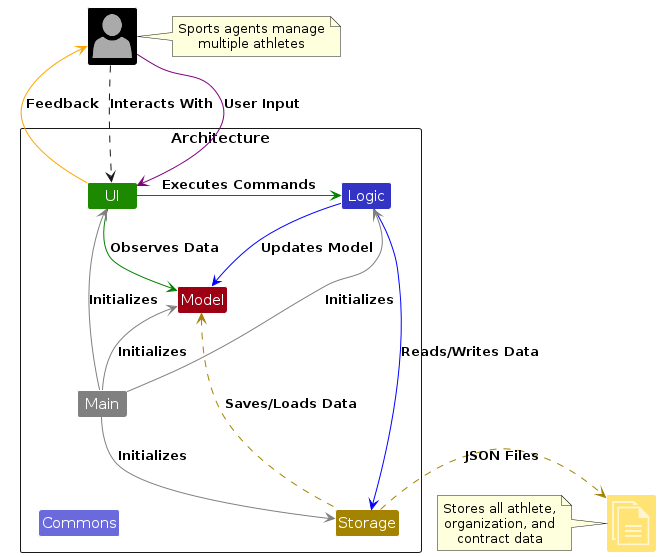
Above: diagrams/ArchitectureDiagram.png in AY2526S1-CS2103T-F13-3/tp (PlantUML), before the change. Its source is kept beside it as diagrams/ArchitectureDiagram.puml.
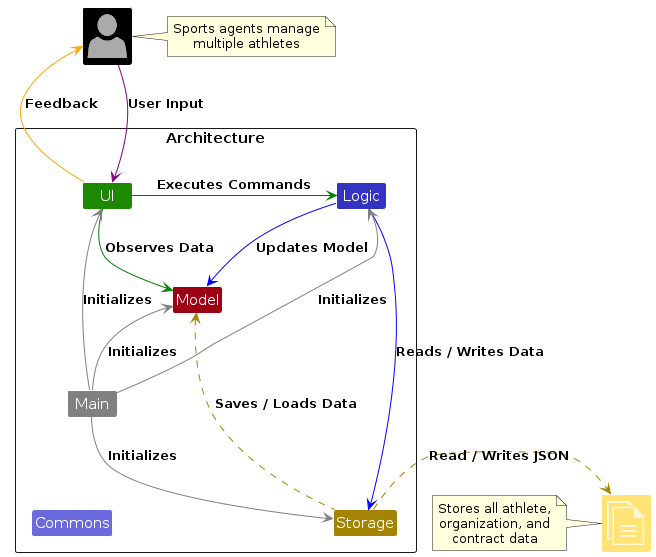
Later version of the same file.

Diff of the diagram source:
```diff
@@ -16,9 +16,11 @@
 Class "<$user>" as Agent USER_COLOR
 Class "<$documents>" as DataFile STORAGE_COLOR_T1
 
+Agent -[hidden]-> UI
+
 UI -[#green]> Logic : Executes Commands
 UI -right[#green]-> Model : Observes Data
-Logic -[#blue]-> Storage : Reads/Writes Data
+Logic -[#blue]-> Storage : Reads / Writes Data
 Logic -down[#blue]-> Model : Updates Model
 Main -[#grey]-> UI : Initializes
 Main -[#grey]-> Logic : Initializes
@@ -26,9 +28,8 @@
 Main -up[#grey]-> Model : Initializes
 Main -down[hidden]-> Commons
 
-Storage -up[STORAGE_COLOR].> Model : Saves/Loads Data
-Storage .right[STORAGE_COLOR].> DataFile : JSON Files
-Agent ..> UI : Interacts With
+Storage -up[STORAGE_COLOR].> Model : Saves / Loads Data
+Storage .right[STORAGE_COLOR].> DataFile : Read / Writes JSON
 
 note right of Agent : Sports agents manage\nmultiple athletes
 note left of DataFile : Stores all athlete,\norganization, and\ncontract data
```
